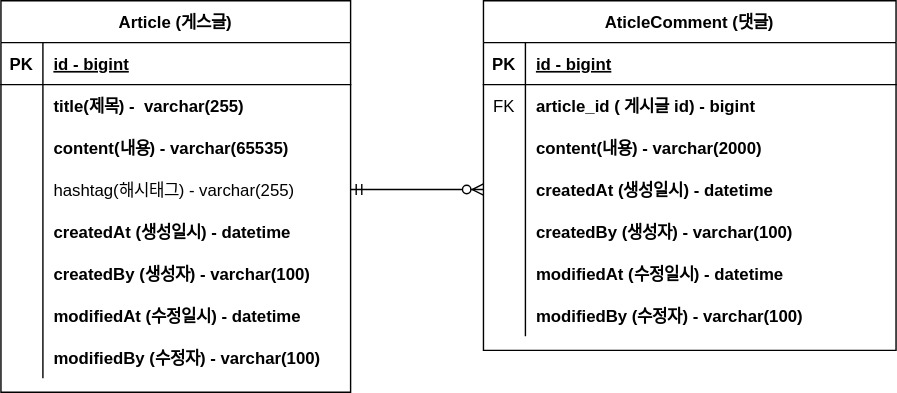
This is document/proejct-board-erd.svg from chlee4635/msa-board, a draw.io export, as it was before one commit. Source tidied: cells renumbered, new cells last; positions are measured from the earlier drawing's top-left corner, leaving out a move shared by most shapes.
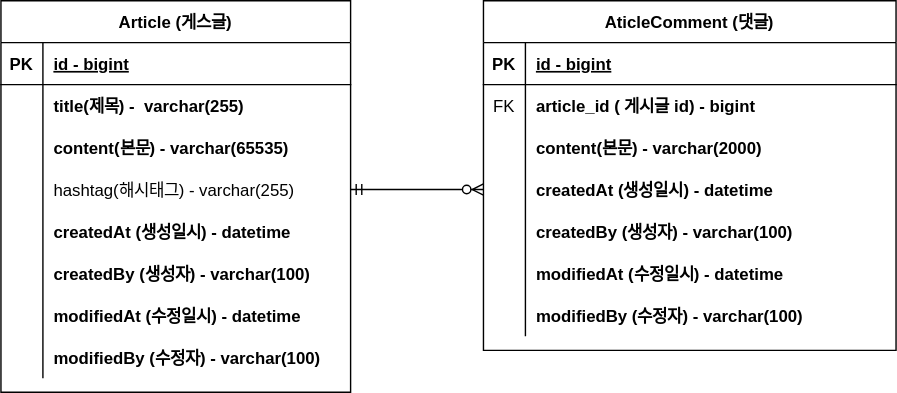
Above is the later version.

Diff of the diagram source:
```diff
@@ -29,7 +29,7 @@
     <mxCell id="10" style="shape=partialRectangle;fillColor=none;top=0;left=0;bottom=0;right=0;overflow=hidden;" parent="9" vertex="1">
       <mxGeometry width="30" height="30" as="geometry" />
     </mxCell>
-    <mxCell id="11" value="content(내용) - varchar(65535)" style="shape=partialRectangle;fillColor=none;top=0;left=0;bottom=0;right=0;align=left;spacingLeft=6;overflow=hidden;fontStyle=1;" parent="9" vertex="1">
+    <mxCell id="11" value="content(본문) - varchar(65535)" style="shape=partialRectangle;fillColor=none;top=0;left=0;bottom=0;right=0;align=left;spacingLeft=6;overflow=hidden;fontStyle=1;" parent="9" vertex="1">
       <mxGeometry x="30" width="220" height="30" as="geometry" />
     </mxCell>
     <mxCell id="12" style="shape=tableRow;horizontal=0;startSize=0;swimlaneHead=0;swimlaneBody=0;fillColor=none;points=[[0,0.5],[1,0.5]];portConstraint=eastwest;top=0;left=0;right=0;bottom=0;" parent="2" vertex="1">
@@ -104,7 +104,7 @@
     <mxCell id="35" style="shape=partialRectangle;fillColor=none;top=0;left=0;bottom=0;right=0;overflow=hidden;" parent="34" vertex="1">
       <mxGeometry width="30" height="30" as="geometry" />
     </mxCell>
-    <mxCell id="36" value="content(내용) - varchar(2000)" style="shape=partialRectangle;fillColor=none;top=0;left=0;bottom=0;right=0;align=left;spacingLeft=6;overflow=hidden;fontStyle=1;" parent="34" vertex="1">
+    <mxCell id="36" value="content(본문) - varchar(2000)" style="shape=partialRectangle;fillColor=none;top=0;left=0;bottom=0;right=0;align=left;spacingLeft=6;overflow=hidden;fontStyle=1;" parent="34" vertex="1">
       <mxGeometry x="30" width="265" height="30" as="geometry" />
     </mxCell>
     <mxCell id="37" style="shape=tableRow;horizontal=0;startSize=0;swimlaneHead=0;swimlaneBody=0;fillColor=none;points=[[0,0.5],[1,0.5]];portConstraint=eastwest;top=0;left=0;right=0;bottom=0;" parent="27" vertex="1">
```
